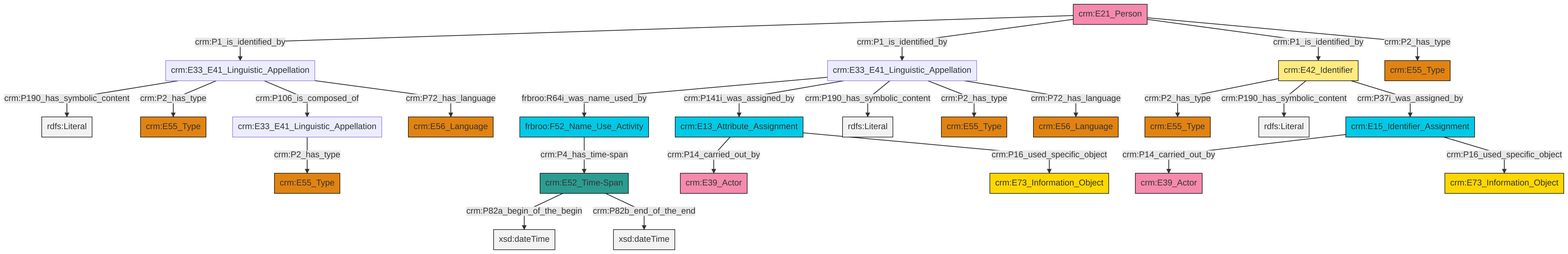
This is et/personCSV/ttl/mmd/png/Person_Names_and_Classification.png from swiss-art-research-net/docs.swissartresearch, a Mermaid export, as it was before one commit. Its source is kept beside it as et/personCSV/ttl/mmd/Person_Names_and_Classification.ttl.mmd.
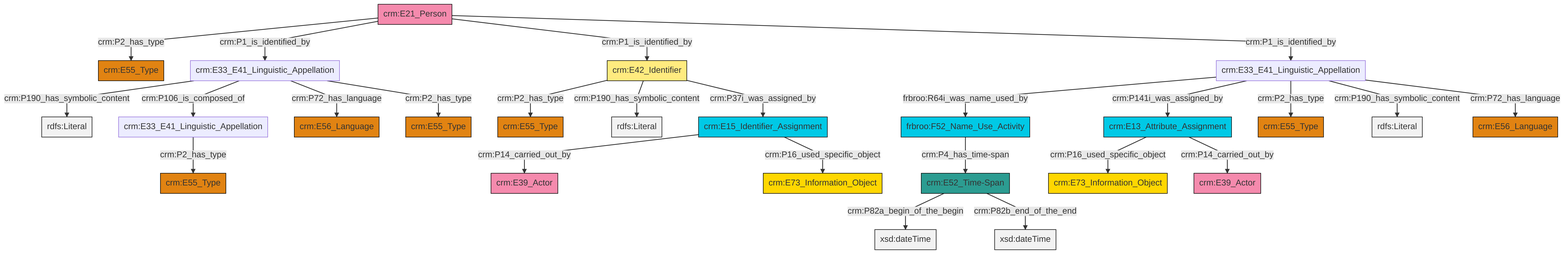
Later version of the same file.

Diff of the diagram source:
```diff
@@ -13,27 +13,27 @@
 classDef PC_Classes fill:#4ce600, stroke:#000000;
 classDef Multi fill:#cccccc,stroke:#000000;
 
-4["crm:E13_Attribute_Assignment"]:::Temporal_Entity -->|crm:P14_carried_out_by| 5["crm:E39_Actor"]:::Actor
-6["crm:E21_Person"]:::Actor -->|crm:P1_is_identified_by| 7["crm:E33_E41_Linguistic_Appellation"]:::Default
-8["crm:E42_Identifier"]:::Appellation -->|crm:P2_has_type| 9["crm:E55_Type"]:::Type
-10["crm:E33_E41_Linguistic_Appellation"]:::Default -->|crm:P2_has_type| 11["crm:E55_Type"]:::Type
-6["crm:E21_Person"]:::Actor -->|crm:P1_is_identified_by| 14["crm:E33_E41_Linguistic_Appellation"]:::Default
-14["crm:E33_E41_Linguistic_Appellation"]:::Default -->|frbroo:R64i_was_name_used_by| 15["frbroo:F52_Name_Use_Activity"]:::Temporal_Entity
-16["crm:E52_Time-Span"]:::Time-Span -->|crm:P82a_begin_of_the_begin| 17[xsd:dateTime]:::Literal
-8["crm:E42_Identifier"]:::Appellation -->|crm:P190_has_symbolic_content| 18[rdfs:Literal]:::Literal
-15["frbroo:F52_Name_Use_Activity"]:::Temporal_Entity -->|crm:P4_has_time-span| 16["crm:E52_Time-Span"]:::Time-Span
-6["crm:E21_Person"]:::Actor -->|crm:P1_is_identified_by| 8["crm:E42_Identifier"]:::Appellation
-0["crm:E15_Identifier_Assignment"]:::Temporal_Entity -->|crm:P14_carried_out_by| 21["crm:E39_Actor"]:::Actor
-7["crm:E33_E41_Linguistic_Appellation"]:::Default -->|crm:P190_has_symbolic_content| 23[rdfs:Literal]:::Literal
-14["crm:E33_E41_Linguistic_Appellation"]:::Default -->|crm:P141i_was_assigned_by| 4["crm:E13_Attribute_Assignment"]:::Temporal_Entity
-7["crm:E33_E41_Linguistic_Appellation"]:::Default -->|crm:P2_has_type| 34["crm:E55_Type"]:::Type
-7["crm:E33_E41_Linguistic_Appellation"]:::Default -->|crm:P106_is_composed_of| 10["crm:E33_E41_Linguistic_Appellation"]:::Default
-0["crm:E15_Identifier_Assignment"]:::Temporal_Entity -->|crm:P16_used_specific_object| 26["crm:E73_Information_Object"]:::Conceptual_Object
-14["crm:E33_E41_Linguistic_Appellation"]:::Default -->|crm:P190_has_symbolic_content| 38[rdfs:Literal]:::Literal
-7["crm:E33_E41_Linguistic_Appellation"]:::Default -->|crm:P72_has_language| 39["crm:E56_Language"]:::Type
-16["crm:E52_Time-Span"]:::Time-Span -->|crm:P82b_end_of_the_end| 40[xsd:dateTime]:::Literal
-6["crm:E21_Person"]:::Actor -->|crm:P2_has_type| 24["crm:E55_Type"]:::Type
-4["crm:E13_Attribute_Assignment"]:::Temporal_Entity -->|crm:P16_used_specific_object| 36["crm:E73_Information_Object"]:::Conceptual_Object
-14["crm:E33_E41_Linguistic_Appellation"]:::Default -->|crm:P2_has_type| 42["crm:E55_Type"]:::Type
-8["crm:E42_Identifier"]:::Appellation -->|crm:P37i_was_assigned_by| 0["crm:E15_Identifier_Assignment"]:::Temporal_Entity
-14["crm:E33_E41_Linguistic_Appellation"]:::Default -->|crm:P72_has_language| 2["crm:E56_Language"]:::Type
+2["crm:E52_Time-Span"]:::Time-Span -->|crm:P82a_begin_of_the_begin| 3[xsd:dateTime]:::Literal
+7["frbroo:F52_Name_Use_Activity"]:::Temporal_Entity -->|crm:P4_has_time-span| 2["crm:E52_Time-Span"]:::Time-Span
+8["crm:E33_E41_Linguistic_Appellation"]:::Default -->|frbroo:R64i_was_name_used_by| 7["frbroo:F52_Name_Use_Activity"]:::Temporal_Entity
+10["crm:E42_Identifier"]:::Appellation -->|crm:P2_has_type| 11["crm:E55_Type"]:::Type
+14["crm:E21_Person"]:::Actor -->|crm:P2_has_type| 15["crm:E55_Type"]:::Type
+14["crm:E21_Person"]:::Actor -->|crm:P1_is_identified_by| 16["crm:E33_E41_Linguistic_Appellation"]:::Default
+10["crm:E42_Identifier"]:::Appellation -->|crm:P190_has_symbolic_content| 17[rdfs:Literal]:::Literal
+16["crm:E33_E41_Linguistic_Appellation"]:::Default -->|crm:P190_has_symbolic_content| 18[rdfs:Literal]:::Literal
+2["crm:E52_Time-Span"]:::Time-Span -->|crm:P82b_end_of_the_end| 19[xsd:dateTime]:::Literal
+14["crm:E21_Person"]:::Actor -->|crm:P1_is_identified_by| 10["crm:E42_Identifier"]:::Appellation
+23["crm:E33_E41_Linguistic_Appellation"]:::Default -->|crm:P2_has_type| 24["crm:E55_Type"]:::Type
+14["crm:E21_Person"]:::Actor -->|crm:P1_is_identified_by| 8["crm:E33_E41_Linguistic_Appellation"]:::Default
+8["crm:E33_E41_Linguistic_Appellation"]:::Default -->|crm:P141i_was_assigned_by| 31["crm:E13_Attribute_Assignment"]:::Temporal_Entity
+10["crm:E42_Identifier"]:::Appellation -->|crm:P37i_was_assigned_by| 0["crm:E15_Identifier_Assignment"]:::Temporal_Entity
+16["crm:E33_E41_Linguistic_Appellation"]:::Default -->|crm:P106_is_composed_of| 23["crm:E33_E41_Linguistic_Appellation"]:::Default
+0["crm:E15_Identifier_Assignment"]:::Temporal_Entity -->|crm:P14_carried_out_by| 35["crm:E39_Actor"]:::Actor
+8["crm:E33_E41_Linguistic_Appellation"]:::Default -->|crm:P2_has_type| 32["crm:E55_Type"]:::Type
+31["crm:E13_Attribute_Assignment"]:::Temporal_Entity -->|crm:P16_used_specific_object| 39["crm:E73_Information_Object"]:::Conceptual_Object
+31["crm:E13_Attribute_Assignment"]:::Temporal_Entity -->|crm:P14_carried_out_by| 12["crm:E39_Actor"]:::Actor
+16["crm:E33_E41_Linguistic_Appellation"]:::Default -->|crm:P72_has_language| 29["crm:E56_Language"]:::Type
+16["crm:E33_E41_Linguistic_Appellation"]:::Default -->|crm:P2_has_type| 5["crm:E55_Type"]:::Type
+8["crm:E33_E41_Linguistic_Appellation"]:::Default -->|crm:P190_has_symbolic_content| 44[rdfs:Literal]:::Literal
+8["crm:E33_E41_Linguistic_Appellation"]:::Default -->|crm:P72_has_language| 40["crm:E56_Language"]:::Type
+0["crm:E15_Identifier_Assignment"]:::Temporal_Entity -->|crm:P16_used_specific_object| 37["crm:E73_Information_Object"]:::Conceptual_Object
```
